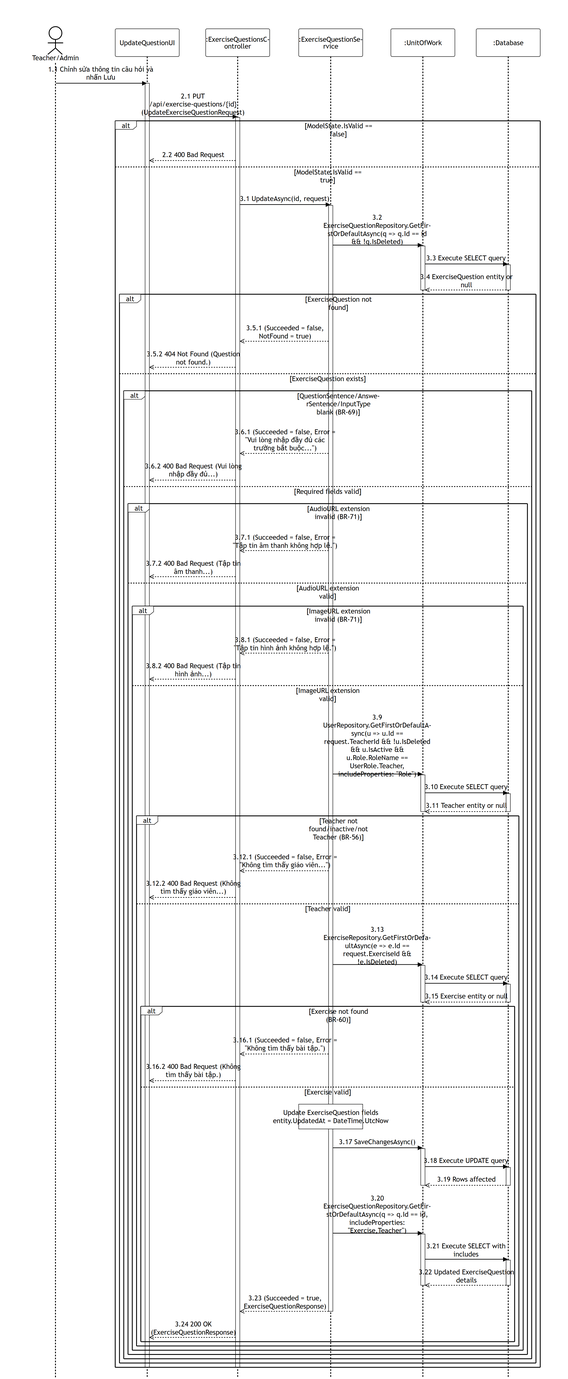
Above: 05-exercise-question-management/images/apis/update-question.png in PhucAnDev/docx-diagram (Mermaid), before the change. Its source is kept beside it as 05-exercise-question-management/sequence-diagram/apis/update-question.mmd. Its diagram source:
```mermaid
%%{init: {'theme':'base', 'themeVariables': {'actorBkg':'#ffffff','actorBorder':'#000000','actorTextColor':'#000000','actorLineColor':'#000000','signalColor':'#000000','signalTextColor':'#000000','labelBoxBkgColor':'#ffffff','labelBoxBorderColor':'#000000','labelTextColor':'#000000','loopTextColor':'#000000','noteBkgColor':'#ffffff','noteBorderColor':'#000000','noteTextColor':'#000000','activationBorderColor':'#000000','activationBkgColor':'#ffffff','sequenceNumberColor':'#000000'}, 'sequence': {'width':150,'height':65,'actorFontSize':16,'messageFontSize':16,'wrap':true,'wrapPadding':10}}}%%
sequenceDiagram
    title PUT /api/exercise-questions/{id}
    actor TeacherUser as Teacher/Admin
    participant UI as UpdateQuestionUI
    participant Endpoint as :ExerciseQuestionsController
    participant Service as :ExerciseQuestionService
    participant DB as :UnitOfWork
    participant Database as :Database

    TeacherUser->>UI: 1.1 Chỉnh sửa thông tin câu hỏi và nhấn Lưu
    activate UI
    UI->>Endpoint: 2.1 PUT /api/exercise-questions/{id} (UpdateExerciseQuestionRequest)
    activate Endpoint

    alt ModelState.IsValid == false
        Endpoint-->>UI: 2.2 400 Bad Request
    else ModelState.IsValid == true
        Endpoint->>Service: 3.1 UpdateAsync(id, request)
        activate Service

        Service->>DB: 3.2 ExerciseQuestionRepository.GetFirstOrDefaultAsync(q => q.Id == id && !q.IsDeleted)
        activate DB
        DB->>Database: 3.3 Execute SELECT query
        activate Database
        Database-->>DB: 3.4 ExerciseQuestion entity or null
        deactivate Database
        deactivate DB

        alt ExerciseQuestion not found
            Service-->>Endpoint: 3.5.1 (Succeeded = false, NotFound = true)
            Endpoint-->>UI: 3.5.2 404 Not Found (Question not found.)
        else ExerciseQuestion exists
            alt QuestionSentence/AnswerSentence/InputType blank (BR-69)
                Service-->>Endpoint: 3.6.1 (Succeeded = false, Error = "Vui lòng nhập đầy đủ các trường bắt buộc...")
                Endpoint-->>UI: 3.6.2 400 Bad Request (Vui lòng nhập đầy đủ...)
            else Required fields valid
                alt AudioURL extension invalid (BR-71)
                    Service-->>Endpoint: 3.7.1 (Succeeded = false, Error = "Tập tin âm thanh không hợp lệ.")
                    Endpoint-->>UI: 3.7.2 400 Bad Request (Tập tin âm thanh...)
                else AudioURL extension valid
                    alt ImageURL extension invalid (BR-71)
                        Service-->>Endpoint: 3.8.1 (Succeeded = false, Error = "Tập tin hình ảnh không hợp lệ.")
                        Endpoint-->>UI: 3.8.2 400 Bad Request (Tập tin hình ảnh...)
                    else ImageURL extension valid
                        Service->>DB: 3.9 UserRepository.GetFirstOrDefaultAsync(u => u.Id == request.TeacherId && !u.IsDeleted && u.IsActive && u.Role.RoleName == UserRole.Teacher, includeProperties: "Role")
                        activate DB
                        DB->>Database: 3.10 Execute SELECT query
                        activate Database
                        Database-->>DB: 3.11 Teacher entity or null
                        deactivate Database
                        deactivate DB

                        alt Teacher not found/inactive/not Teacher (BR-56)
                            Service-->>Endpoint: 3.12.1 (Succeeded = false, Error = "Không tìm thấy giáo viên...")
                            Endpoint-->>UI: 3.12.2 400 Bad Request (Không tìm thấy giáo viên...)
                        else Teacher valid
                            Service->>DB: 3.13 ExerciseRepository.GetFirstOrDefaultAsync(e => e.Id == request.ExerciseId && !e.IsDeleted)
                            activate DB
                            DB->>Database: 3.14 Execute SELECT query
                            activate Database
                            Database-->>DB: 3.15 Exercise entity or null
                            deactivate Database
                            deactivate DB

                            alt Exercise not found (BR-60)
                                Service-->>Endpoint: 3.16.1 (Succeeded = false, Error = "Không tìm thấy bài tập.")
                                Endpoint-->>UI: 3.16.2 400 Bad Request (Không tìm thấy bài tập.)
                            else Exercise valid
                                note over Service: Update ExerciseQuestion fields<br/>entity.UpdatedAt = DateTime.UtcNow

                                Service->>DB: 3.17 SaveChangesAsync()
                                activate DB
                                DB->>Database: 3.18 Execute UPDATE query
                                activate Database
                                Database-->>DB: 3.19 Rows affected
                                deactivate Database
                                deactivate DB

                                Service->>DB: 3.20 ExerciseQuestionRepository.GetFirstOrDefaultAsync(q => q.Id == id, includeProperties: "Exercise,Teacher")
                                activate DB
                                DB->>Database: 3.21 Execute SELECT with includes
                                activate Database
                                Database-->>DB: 3.22 Updated ExerciseQuestion details
                                deactivate Database
                                deactivate DB

                                Service-->>Endpoint: 3.23 (Succeeded = true, ExerciseQuestionResponse)
                                deactivate Service
                                Endpoint-->>UI: 3.24 200 OK (ExerciseQuestionResponse)
                            end
                        end
                    end
                end
            end
        end
    end
    deactivate Endpoint
    deactivate UI
```
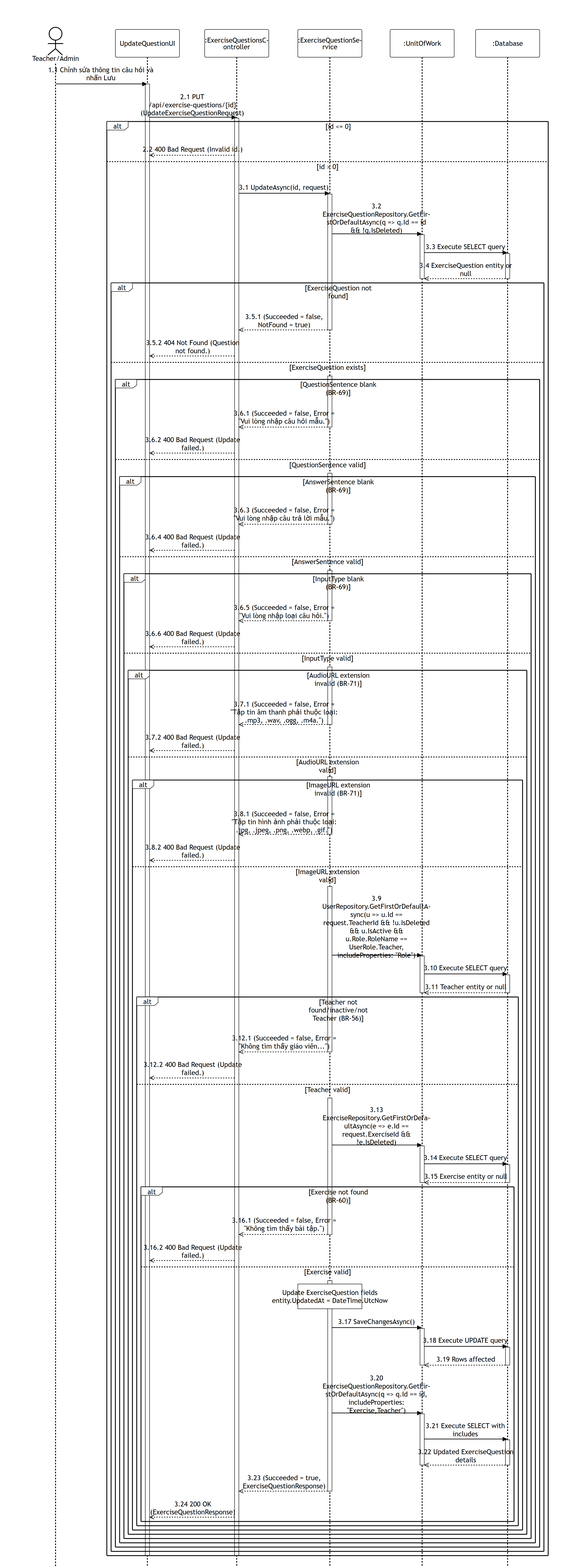
Above is the later version.

Commit message:
fix: update create-question.mmd, update-question.mmd, and delete-question.mmd with correct validations, error messages, and activations

What changed in the source:
```diff
@@ -13,9 +13,9 @@
     UI->>Endpoint: 2.1 PUT /api/exercise-questions/{id} (UpdateExerciseQuestionRequest)
     activate Endpoint
 
-    alt ModelState.IsValid == false
-        Endpoint-->>UI: 2.2 400 Bad Request
-    else ModelState.IsValid == true
+    alt id <= 0
+        Endpoint-->>UI: 2.2 400 Bad Request (Invalid id.)
+    else id > 0
         Endpoint->>Service: 3.1 UpdateAsync(id, request)
         activate Service
 
@@ -29,65 +29,91 @@
 
         alt ExerciseQuestion not found
             Service-->>Endpoint: 3.5.1 (Succeeded = false, NotFound = true)
+            deactivate Service
             Endpoint-->>UI: 3.5.2 404 Not Found (Question not found.)
         else ExerciseQuestion exists
-            alt QuestionSentence/AnswerSentence/InputType blank (BR-69)
-                Service-->>Endpoint: 3.6.1 (Succeeded = false, Error = "Vui lòng nhập đầy đủ các trường bắt buộc...")
-                Endpoint-->>UI: 3.6.2 400 Bad Request (Vui lòng nhập đầy đủ...)
-            else Required fields valid
-                alt AudioURL extension invalid (BR-71)
-                    Service-->>Endpoint: 3.7.1 (Succeeded = false, Error = "Tập tin âm thanh không hợp lệ.")
-                    Endpoint-->>UI: 3.7.2 400 Bad Request (Tập tin âm thanh...)
-                else AudioURL extension valid
-                    alt ImageURL extension invalid (BR-71)
-                        Service-->>Endpoint: 3.8.1 (Succeeded = false, Error = "Tập tin hình ảnh không hợp lệ.")
-                        Endpoint-->>UI: 3.8.2 400 Bad Request (Tập tin hình ảnh...)
-                    else ImageURL extension valid
-                        Service->>DB: 3.9 UserRepository.GetFirstOrDefaultAsync(u => u.Id == request.TeacherId && !u.IsDeleted && u.IsActive && u.Role.RoleName == UserRole.Teacher, includeProperties: "Role")
-                        activate DB
-                        DB->>Database: 3.10 Execute SELECT query
-                        activate Database
-                        Database-->>DB: 3.11 Teacher entity or null
-                        deactivate Database
-                        deactivate DB
-
-                        alt Teacher not found/inactive/not Teacher (BR-56)
-                            Service-->>Endpoint: 3.12.1 (Succeeded = false, Error = "Không tìm thấy giáo viên...")
-                            Endpoint-->>UI: 3.12.2 400 Bad Request (Không tìm thấy giáo viên...)
-                        else Teacher valid
-                            Service->>DB: 3.13 ExerciseRepository.GetFirstOrDefaultAsync(e => e.Id == request.ExerciseId && !e.IsDeleted)
-                            activate DB
-                            DB->>Database: 3.14 Execute SELECT query
-                            activate Database
-                            Database-->>DB: 3.15 Exercise entity or null
-                            deactivate Database
-                            deactivate DB
-
-                            alt Exercise not found (BR-60)
-                                Service-->>Endpoint: 3.16.1 (Succeeded = false, Error = "Không tìm thấy bài tập.")
-                                Endpoint-->>UI: 3.16.2 400 Bad Request (Không tìm thấy bài tập.)
-                            else Exercise valid
-                                note over Service: Update ExerciseQuestion fields<br/>entity.UpdatedAt = DateTime.UtcNow
-
-                                Service->>DB: 3.17 SaveChangesAsync()
+            activate Service
+            alt QuestionSentence blank (BR-69)
+                Service-->>Endpoint: 3.6.1 (Succeeded = false, Error = "Vui lòng nhập câu hỏi mẫu.")
+                deactivate Service
+                Endpoint-->>UI: 3.6.2 400 Bad Request (Update failed.)
+            else QuestionSentence valid
+                activate Service
+                alt AnswerSentence blank (BR-69)
+                    Service-->>Endpoint: 3.6.3 (Succeeded = false, Error = "Vui lòng nhập câu trả lời mẫu.")
+                    deactivate Service
+                    Endpoint-->>UI: 3.6.4 400 Bad Request (Update failed.)
+                else AnswerSentence valid
+                    activate Service
+                    alt InputType blank (BR-69)
+                        Service-->>Endpoint: 3.6.5 (Succeeded = false, Error = "Vui lòng nhập loại câu hỏi.")
+                        deactivate Service
+                        Endpoint-->>UI: 3.6.6 400 Bad Request (Update failed.)
+                    else InputType valid
+                        activate Service
+                        alt AudioURL extension invalid (BR-71)
+                            Service-->>Endpoint: 3.7.1 (Succeeded = false, Error = "Tập tin âm thanh phải thuộc loại: .mp3, .wav, .ogg, .m4a.")
+                            deactivate Service
+                            Endpoint-->>UI: 3.7.2 400 Bad Request (Update failed.)
+                        else AudioURL extension valid
+                            activate Service
+                            alt ImageURL extension invalid (BR-71)
+                                Service-->>Endpoint: 3.8.1 (Succeeded = false, Error = "Tập tin hình ảnh phải thuộc loại: .jpg, .jpeg, .png, .webp, .gif.")
+                                deactivate Service
+                                Endpoint-->>UI: 3.8.2 400 Bad Request (Update failed.)
+                            else ImageURL extension valid
+                                activate Service
+                                Service->>DB: 3.9 UserRepository.GetFirstOrDefaultAsync(u => u.Id == request.TeacherId && !u.IsDeleted && u.IsActive && u.Role.RoleName == UserRole.Teacher, includeProperties: "Role")
                                 activate DB
-                                DB->>Database: 3.18 Execute UPDATE query
+                                DB->>Database: 3.10 Execute SELECT query
                                 activate Database
-                                Database-->>DB: 3.19 Rows affected
+                                Database-->>DB: 3.11 Teacher entity or null
                                 deactivate Database
                                 deactivate DB
 
-                                Service->>DB: 3.20 ExerciseQuestionRepository.GetFirstOrDefaultAsync(q => q.Id == id, includeProperties: "Exercise,Teacher")
-                                activate DB
-                                DB->>Database: 3.21 Execute SELECT with includes
-                                activate Database
-                                Database-->>DB: 3.22 Updated ExerciseQuestion details
-                                deactivate Database
-                                deactivate DB
+                                alt Teacher not found/inactive/not Teacher (BR-56)
+                                    Service-->>Endpoint: 3.12.1 (Succeeded = false, Error = "Không tìm thấy giáo viên...")
+                                    deactivate Service
+                                    Endpoint-->>UI: 3.12.2 400 Bad Request (Update failed.)
+                                else Teacher valid
+                                    activate Service
+                                    Service->>DB: 3.13 ExerciseRepository.GetFirstOrDefaultAsync(e => e.Id == request.ExerciseId && !e.IsDeleted)
+                                    activate DB
+                                    DB->>Database: 3.14 Execute SELECT query
+                                    activate Database
+                                    Database-->>DB: 3.15 Exercise entity or null
+                                    deactivate Database
+                                    deactivate DB
 
-                                Service-->>Endpoint: 3.23 (Succeeded = true, ExerciseQuestionResponse)
-                                deactivate Service
-                                Endpoint-->>UI: 3.24 200 OK (ExerciseQuestionResponse)
+                                    alt Exercise not found (BR-60)
+                                        Service-->>Endpoint: 3.16.1 (Succeeded = false, Error = "Không tìm thấy bài tập.")
+                                        deactivate Service
+                                        Endpoint-->>UI: 3.16.2 400 Bad Request (Update failed.)
+                                    else Exercise valid
+                                        activate Service
+                                        note over Service: Update ExerciseQuestion fields<br/>entity.UpdatedAt = DateTime.UtcNow
+
+                                        Service->>DB: 3.17 SaveChangesAsync()
+                                        activate DB
+                                        DB->>Database: 3.18 Execute UPDATE query
+                                        activate Database
+                                        Database-->>DB: 3.19 Rows affected
+                                        deactivate Database
+                                        deactivate DB
+
+                                        Service->>DB: 3.20 ExerciseQuestionRepository.GetFirstOrDefaultAsync(q => q.Id == id, includeProperties: "Exercise,Teacher")
+                                        activate DB
+                                        DB->>Database: 3.21 Execute SELECT with includes
+                                        activate Database
+                                        Database-->>DB: 3.22 Updated ExerciseQuestion details
+                                        deactivate Database
+                                        deactivate DB
+
+                                        Service-->>Endpoint: 3.23 (Succeeded = true, ExerciseQuestionResponse)
+                                        deactivate Service
+                                        Endpoint-->>UI: 3.24 200 OK (ExerciseQuestionResponse)
+                                    end
+                                end
                             end
                         end
                     end
```
